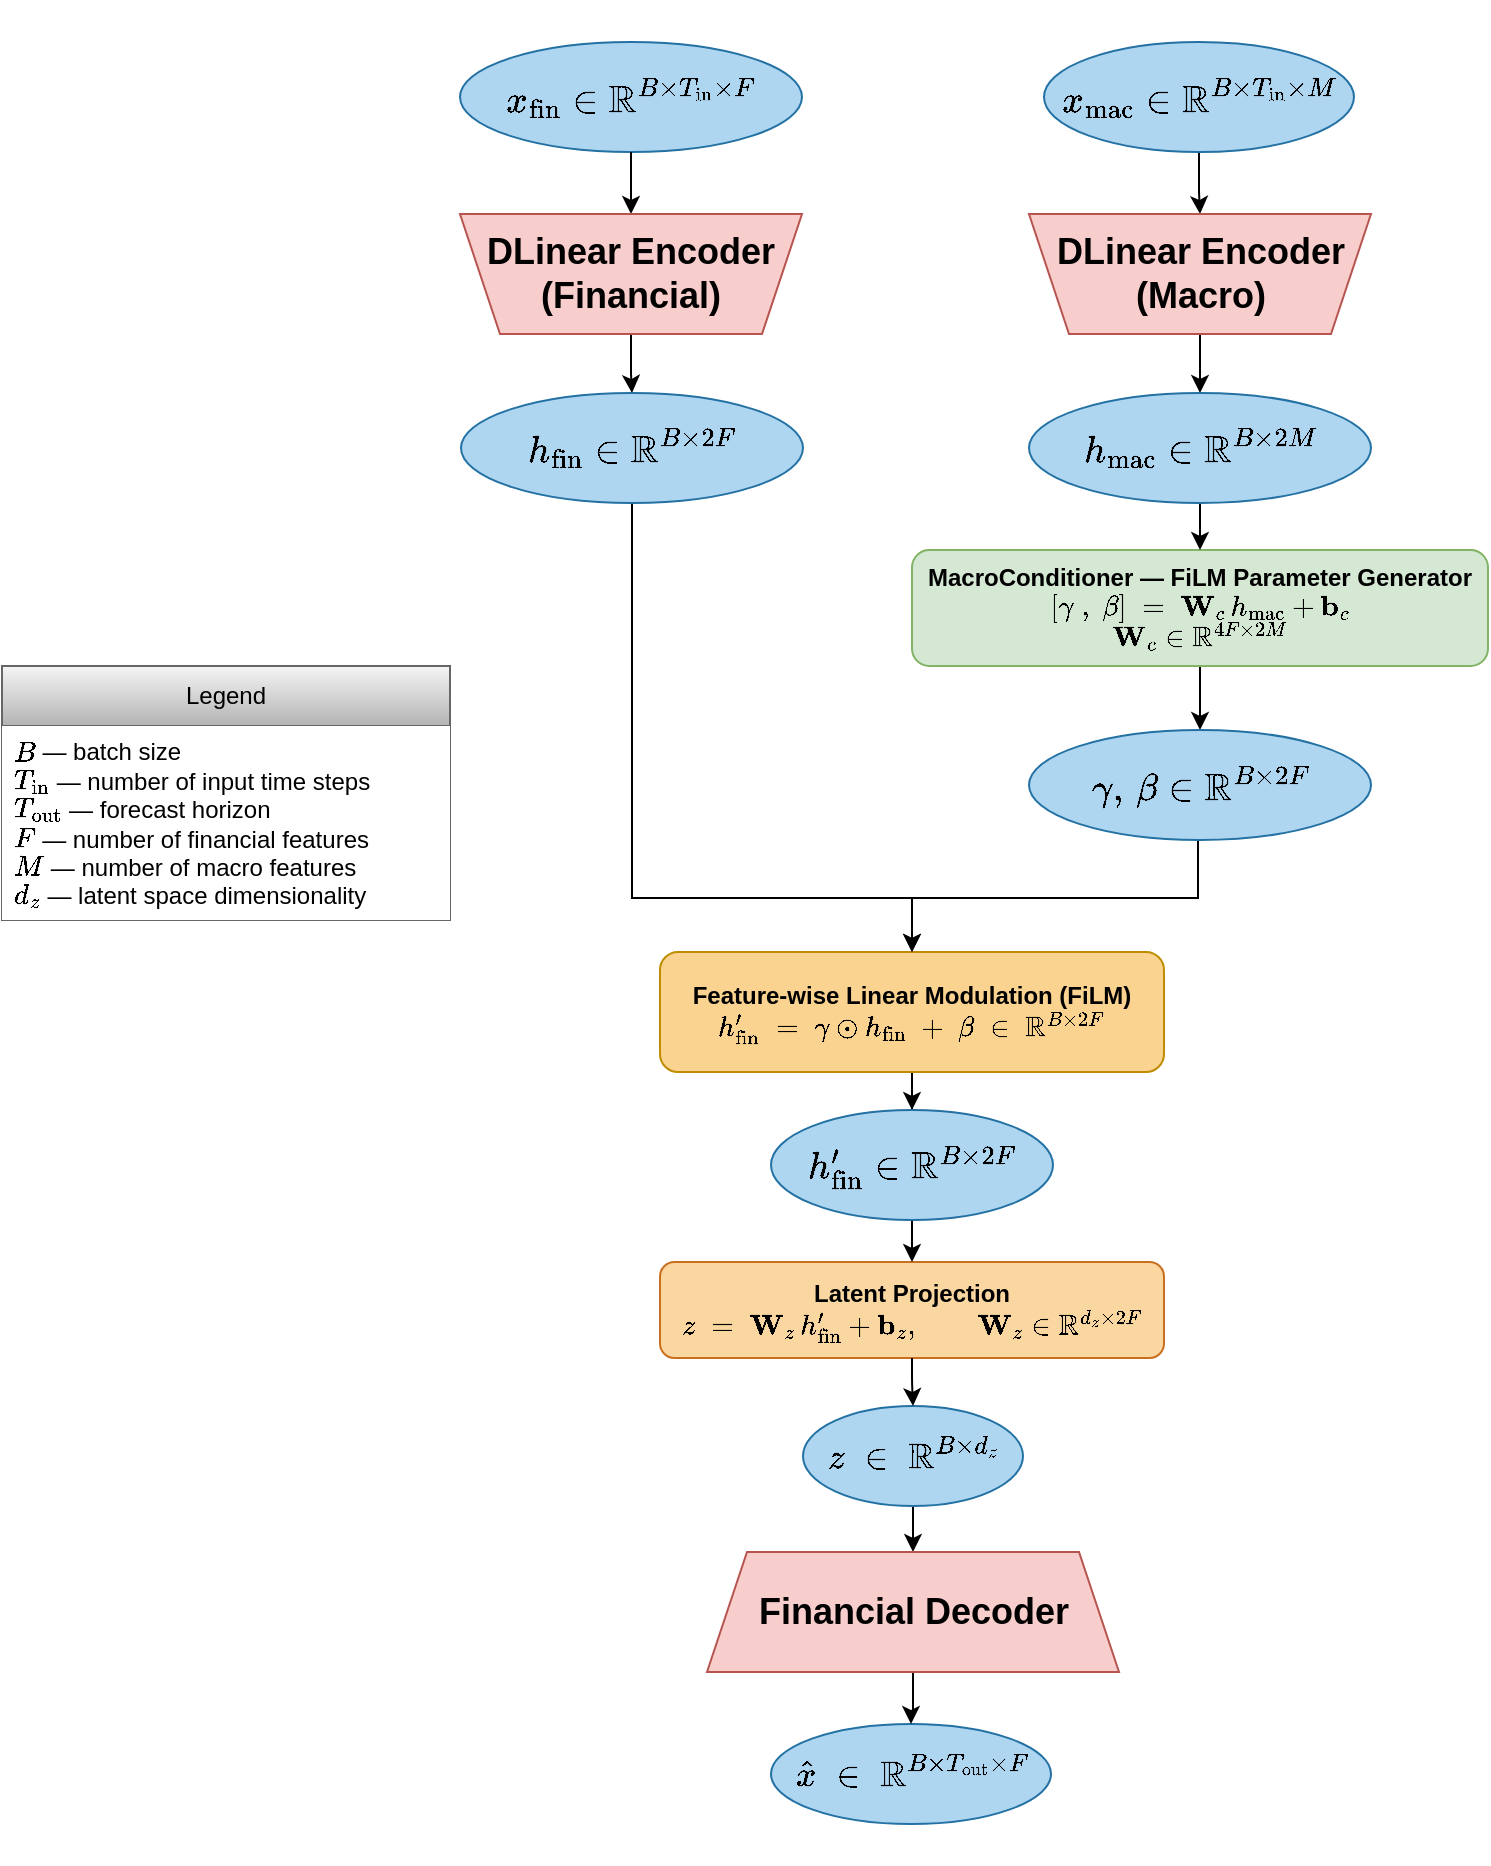
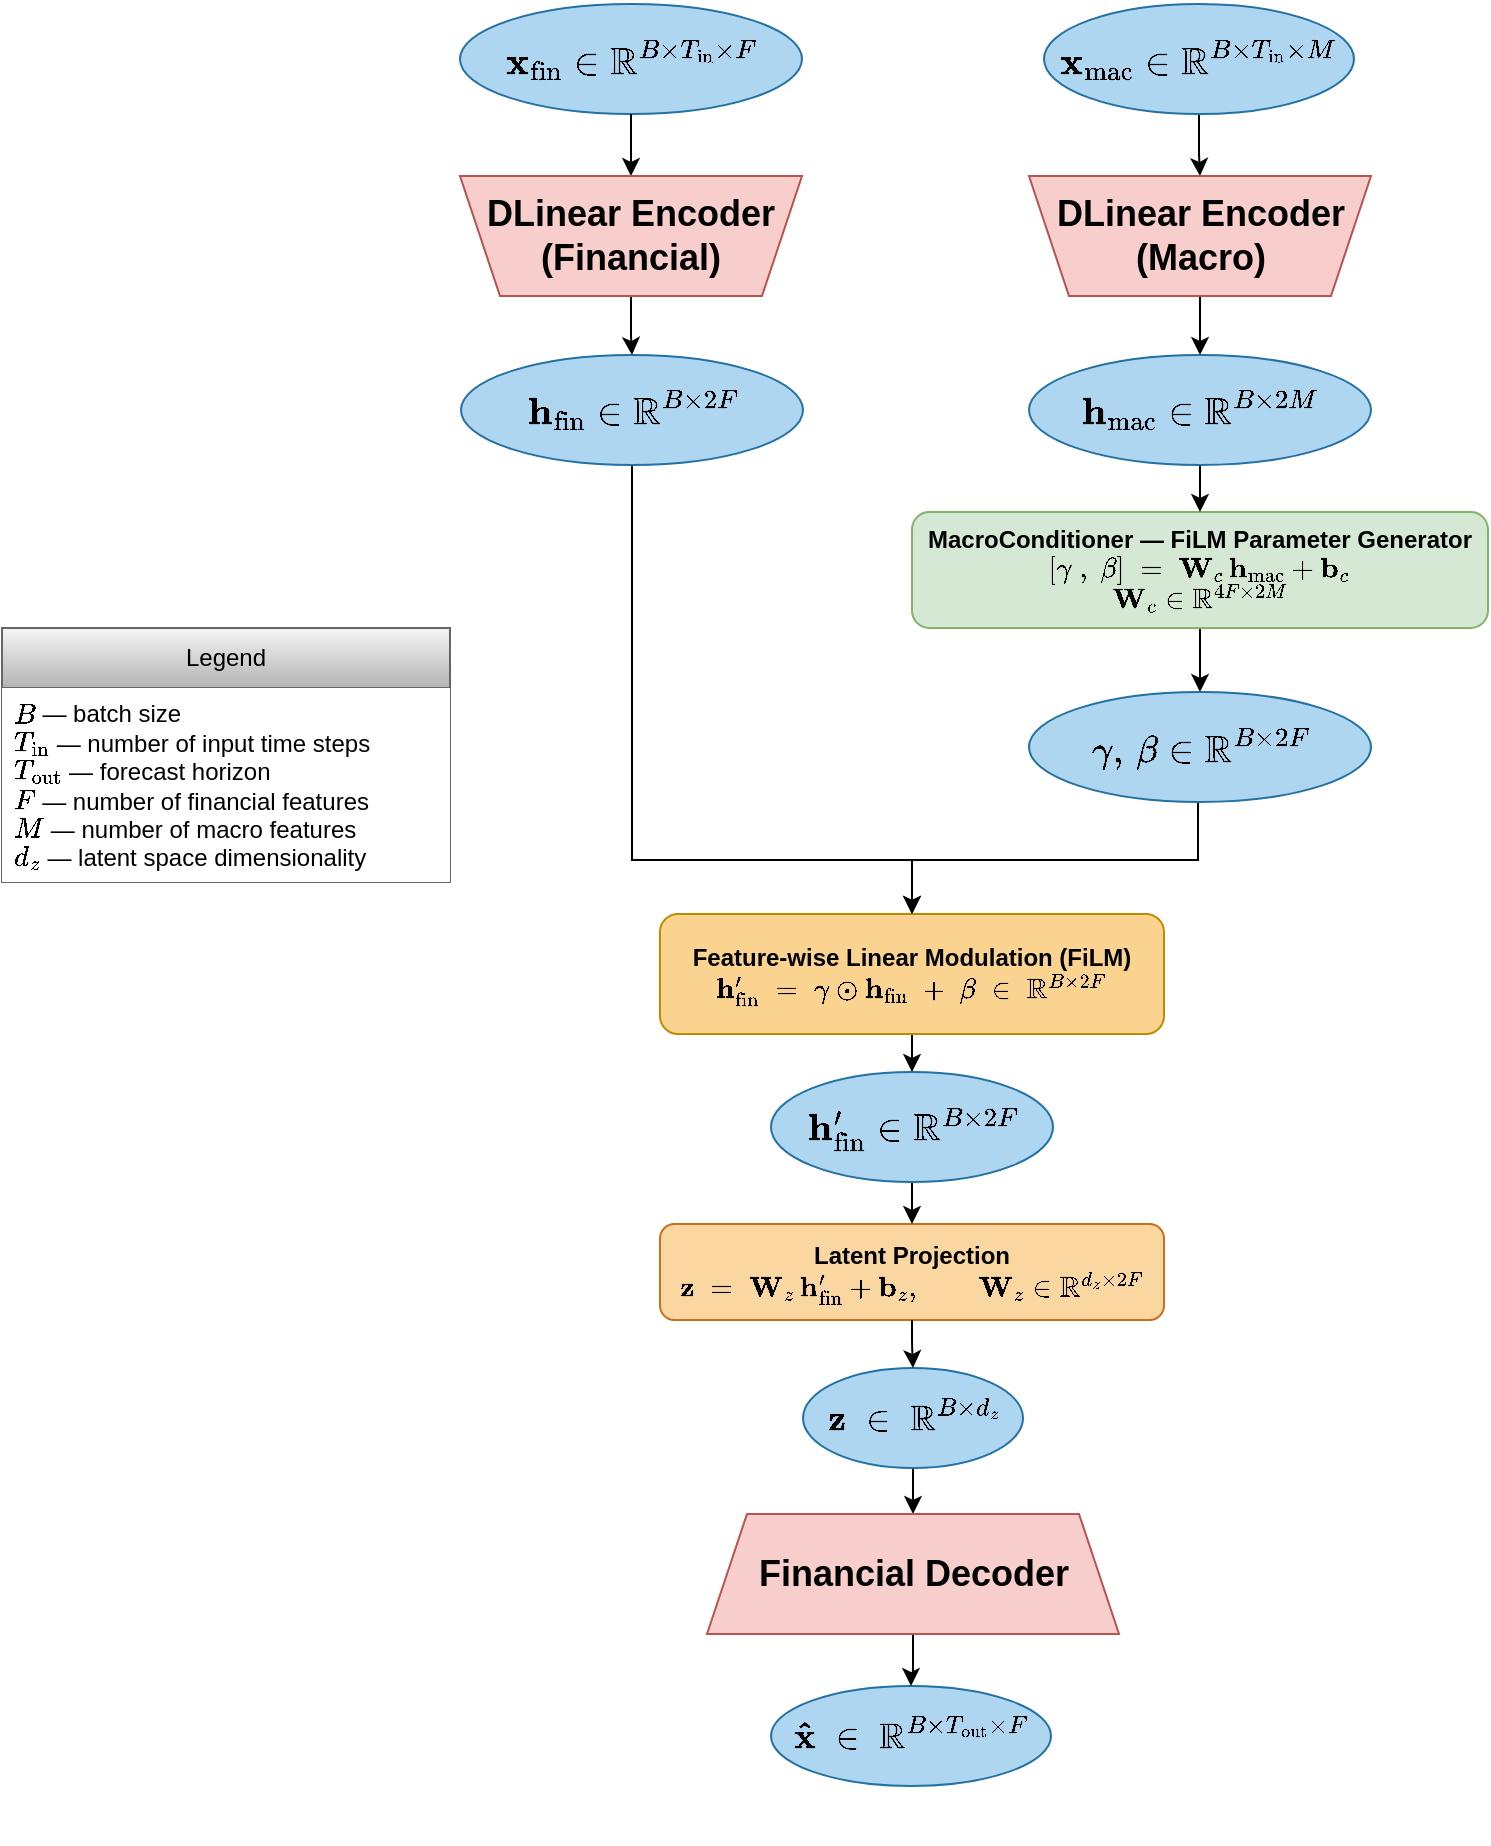
- <mxfile host="app.diagrams.net" agent="Mozilla/5.0 (X11; Ubuntu; Linux x86_64; rv:148.0) Gecko/20100101 Firefox/148.0" version="29.6.6" pages="3">
+ <mxfile host="app.diagrams.net" agent="Mozilla/5.0 (X11; Ubuntu; Linux x86_64; rv:148.0) Gecko/20100101 Firefox/148.0" pages="3">
  <diagram id="forecastingAE" name="ForecastingAE Architecture">
-     <mxGraphModel grid="0" page="1" gridSize="10" guides="1" tooltips="1" connect="1" arrows="1" fold="1" pageScale="1" pageWidth="1200" pageHeight="1100" math="1" shadow="0">
+     <mxGraphModel dx="2443" dy="1375" grid="0" gridSize="10" guides="1" tooltips="1" connect="1" arrows="1" fold="1" page="1" pageScale="1" pageWidth="1200" pageHeight="1100" math="1" shadow="0">
      <root>
        <mxCell id="0" />
        <mxCell id="1" parent="0" />
-         <mxCell id="in_fin" parent="1" style="ellipse;whiteSpace=wrap;html=1;fillColor=#AED6F1;strokeColor=#2471A3;fontStyle=1;fontSize=16;" value="$$x_\mathrm{fin} \in \mathbb{R}^{B \times T_\mathrm{in} \times F}$$" vertex="1">
+         <mxCell id="in_fin" parent="1" style="ellipse;whiteSpace=wrap;html=1;fillColor=#AED6F1;strokeColor=#2471A3;fontStyle=1;fontSize=16;" value="$$\mathbf{x}_\mathrm{fin} \in \mathbb{R}^{B \times T_\mathrm{in} \times F}$$" vertex="1">
          <mxGeometry height="55" width="171" x="374" y="133" as="geometry" />
        </mxCell>
        <mxCell id="81jeHXFTww5Vs0P8P5WQ-3" edge="1" parent="1" source="in_mac" style="edgeStyle=orthogonalEdgeStyle;rounded=0;orthogonalLoop=1;jettySize=auto;html=1;entryX=0.5;entryY=1;entryDx=0;entryDy=0;" target="81jeHXFTww5Vs0P8P5WQ-7">
          <mxGeometry relative="1" as="geometry">
            <mxPoint x="742" y="224" as="targetPoint" />
          </mxGeometry>
        </mxCell>
-         <mxCell id="in_mac" parent="1" style="ellipse;whiteSpace=wrap;html=1;fillColor=#AED6F1;strokeColor=#2471A3;fontStyle=1;fontSize=16;" value="$$x_\mathrm{mac} \in \mathbb{R}^{B \times T_\mathrm{in} \times M}$$" vertex="1">
+         <mxCell id="in_mac" parent="1" style="ellipse;whiteSpace=wrap;html=1;fillColor=#AED6F1;strokeColor=#2471A3;fontStyle=1;fontSize=16;" value="$$\mathbf{x}_\mathrm{mac} \in \mathbb{R}^{B \times T_\mathrm{in} \times M}$$" vertex="1">
          <mxGeometry height="55" width="155" x="666" y="133" as="geometry" />
        </mxCell>
        <mxCell id="YY02wnl3eU4wQP4Iug0_-8" edge="1" parent="1" source="mac_cond" style="edgeStyle=orthogonalEdgeStyle;rounded=0;orthogonalLoop=1;jettySize=auto;html=1;" target="YY02wnl3eU4wQP4Iug0_-7">
          <mxGeometry relative="1" as="geometry" />
        </mxCell>
-         <mxCell id="mac_cond" parent="1" style="rounded=1;whiteSpace=wrap;html=1;fillColor=#d5e8d4;strokeColor=#82b366;fontStyle=1;fontSize=12;align=center;verticalAlign=middle;fontFamily=Helvetica;" value="MacroConditioner — FiLM Parameter Generator&lt;br&gt;\([\gamma \;,\; \beta] \;=\; \mathbf{W}_c \, h_\mathrm{mac} + \mathbf{b}_c\)&lt;br&gt;\(\mathbf{W}_c \in \mathbb{R}^{4F \times 2M} \)" vertex="1">
+         <mxCell id="mac_cond" parent="1" style="rounded=1;whiteSpace=wrap;html=1;fillColor=#d5e8d4;strokeColor=#82b366;fontStyle=1;fontSize=12;align=center;verticalAlign=middle;fontFamily=Helvetica;" value="MacroConditioner — FiLM Parameter Generator&lt;br&gt;\([\mathbf{\gamma} \;,\; \mathbf{\beta}] \;=\; \mathbf{W}_c \, \mathbf{h}_\mathrm{mac} + \mathbf{b}_c\)&lt;br&gt;\(\mathbf{W}_c \in \mathbb{R}^{4F \times 2M} \)" vertex="1">
          <mxGeometry height="58" width="288" x="600" y="387" as="geometry" />
        </mxCell>
        <mxCell id="Vn7j1OSic2DflQMwibQb-4" edge="1" parent="1" source="film" style="edgeStyle=orthogonalEdgeStyle;rounded=0;orthogonalLoop=1;jettySize=auto;html=1;entryX=0.5;entryY=0;entryDx=0;entryDy=0;" target="Vn7j1OSic2DflQMwibQb-2">
          <mxGeometry relative="1" as="geometry" />
        </mxCell>
-         <mxCell id="film" parent="1" style="rounded=1;whiteSpace=wrap;html=1;fillColor=#FAD390;strokeColor=#BF8C00;fontStyle=1;fontSize=12;" value="Feature-wise Linear Modulation (FiLM)&lt;br&gt;\(h&#39;_\mathrm{fin} \;=\; \gamma \odot h_\mathrm{fin} \;+\; \beta \;\in\; \mathbb{R}^{B \times 2F}\)" vertex="1">
+         <mxCell id="film" parent="1" style="rounded=1;whiteSpace=wrap;html=1;fillColor=#FAD390;strokeColor=#BF8C00;fontStyle=1;fontSize=12;" value="Feature-wise Linear Modulation (FiLM)&lt;br&gt;\(\mathbf{h}&#39;_\mathrm{fin} \;=\; \gamma \odot \mathbf{h}_\mathrm{fin} \;+\; \beta \;\in\; \mathbb{R}^{B \times 2F}\)" vertex="1">
          <mxGeometry height="60" width="252" x="474" y="588" as="geometry" />
        </mxCell>
-         <mxCell id="to_latent" parent="1" style="rounded=1;whiteSpace=wrap;html=1;fillColor=#FAD7A0;strokeColor=#CA6F1E;fontSize=12;" value="&lt;b&gt;Latent Projection&lt;/b&gt;&lt;br&gt;\(z \;=\; \mathbf{W}_z \, h&#39;_\mathrm{fin} + \mathbf{b}_z, \qquad \mathbf{W}_z \in \mathbb{R}^{d_z \times 2F}\)" vertex="1">
+         <mxCell id="to_latent" parent="1" style="rounded=1;whiteSpace=wrap;html=1;fillColor=#FAD7A0;strokeColor=#CA6F1E;fontSize=12;" value="&lt;b&gt;Latent Projection&lt;/b&gt;&lt;br&gt;\(\mathbf{z} \;=\; \mathbf{W}_z \, \mathbf{h}&#39;_\mathrm{fin} + \mathbf{b}_z, \qquad \mathbf{W}_z \in \mathbb{R}^{d_z \times 2F}\)" vertex="1">
          <mxGeometry height="48" width="252" x="474" y="743" as="geometry" />
        </mxCell>
        <mxCell id="uJzFUK-GmgzkHGsSZUnd-1" edge="1" parent="1" source="latent_z" style="edgeStyle=orthogonalEdgeStyle;rounded=0;orthogonalLoop=1;jettySize=auto;html=1;entryX=0.5;entryY=0;entryDx=0;entryDy=0;" target="81jeHXFTww5Vs0P8P5WQ-10">
          <mxGeometry relative="1" as="geometry" />
        </mxCell>
-         <mxCell id="latent_z" parent="1" style="ellipse;whiteSpace=wrap;html=1;fillColor=#AED6F1;strokeColor=#2471A3;fontStyle=1;fontSize=15;" value="$$z \;\in\; \mathbb{R}^{B \times d_z}$$" vertex="1">
+         <mxCell id="latent_z" parent="1" style="ellipse;whiteSpace=wrap;html=1;fillColor=#AED6F1;strokeColor=#2471A3;fontStyle=1;fontSize=15;" value="$$\mathbf{z} \;\in\; \mathbb{R}^{B \times d_z}$$" vertex="1">
          <mxGeometry height="50" width="110" x="545.5" y="815" as="geometry" />
        </mxCell>
-         <mxCell id="out_xhat" parent="1" style="ellipse;whiteSpace=wrap;html=1;fillColor=#AED6F1;strokeColor=#2471A3;fontStyle=1;fontSize=15;" value="$$\hat{x} \;\in\; \mathbb{R}^{B \times T_\mathrm{out} \times F}$$" vertex="1">
+         <mxCell id="out_xhat" parent="1" style="ellipse;whiteSpace=wrap;html=1;fillColor=#AED6F1;strokeColor=#2471A3;fontStyle=1;fontSize=15;" value="$$\mathbf{\hat{x}} \;\in\; \mathbb{R}^{B \times T_\mathrm{out} \times F}$$" vertex="1">
          <mxGeometry height="50" width="140" x="529.5" y="974" as="geometry" />
        </mxCell>
        <mxCell id="f1" edge="1" parent="1" source="in_fin" style="edgeStyle=orthogonalEdgeStyle;entryX=0.5;entryY=1;entryDx=0;entryDy=0;" target="81jeHXFTww5Vs0P8P5WQ-6">
          <mxGeometry relative="1" as="geometry">
            <mxPoint x="460" y="224" as="targetPoint" />
          </mxGeometry>
        </mxCell>
        <mxCell id="f7" edge="1" parent="1" source="to_latent" style="edgeStyle=orthogonalEdgeStyle;" target="latent_z">
          <mxGeometry relative="1" as="geometry" />
        </mxCell>
        <mxCell id="YY02wnl3eU4wQP4Iug0_-1" edge="1" parent="1" source="81jeHXFTww5Vs0P8P5WQ-6" style="edgeStyle=orthogonalEdgeStyle;rounded=0;orthogonalLoop=1;jettySize=auto;html=1;entryX=0.5;entryY=0;entryDx=0;entryDy=0;" target="uJzFUK-GmgzkHGsSZUnd-3">
          <mxGeometry relative="1" as="geometry" />
        </mxCell>
        <mxCell id="81jeHXFTww5Vs0P8P5WQ-6" parent="1" style="shape=trapezoid;perimeter=trapezoidPerimeter;whiteSpace=wrap;html=1;fixedSize=1;direction=west;fillColor=#f8cecc;strokeColor=#b85450;" value="&lt;h2 align=&quot;center&quot;&gt;DLinear Encoder (Financial)&lt;/h2&gt;" vertex="1">
          <mxGeometry height="60" width="171" x="374" y="219" as="geometry" />
        </mxCell>
        <mxCell id="YY02wnl3eU4wQP4Iug0_-4" edge="1" parent="1" source="81jeHXFTww5Vs0P8P5WQ-7" style="edgeStyle=orthogonalEdgeStyle;rounded=0;orthogonalLoop=1;jettySize=auto;html=1;entryX=0.5;entryY=0;entryDx=0;entryDy=0;" target="YY02wnl3eU4wQP4Iug0_-3">
          <mxGeometry relative="1" as="geometry" />
        </mxCell>
        <mxCell id="81jeHXFTww5Vs0P8P5WQ-7" parent="1" style="shape=trapezoid;perimeter=trapezoidPerimeter;whiteSpace=wrap;html=1;fixedSize=1;direction=west;fillColor=#f8cecc;strokeColor=#b85450;" value="&lt;h2 align=&quot;center&quot;&gt;DLinear Encoder (Macro)&lt;/h2&gt;" vertex="1">
          <mxGeometry height="60" width="171" x="658.5" y="219" as="geometry" />
        </mxCell>
        <mxCell id="uJzFUK-GmgzkHGsSZUnd-2" edge="1" parent="1" source="81jeHXFTww5Vs0P8P5WQ-10" style="edgeStyle=orthogonalEdgeStyle;rounded=0;orthogonalLoop=1;jettySize=auto;html=1;entryX=0.5;entryY=0;entryDx=0;entryDy=0;" target="out_xhat">
          <mxGeometry relative="1" as="geometry" />
        </mxCell>
        <mxCell id="81jeHXFTww5Vs0P8P5WQ-10" parent="1" style="shape=trapezoid;perimeter=trapezoidPerimeter;whiteSpace=wrap;html=1;fixedSize=1;direction=east;fillColor=#f8cecc;strokeColor=#b85450;" value="&lt;h2&gt;Financial Decoder&lt;/h2&gt;" vertex="1">
          <mxGeometry height="60" width="206" x="497.5" y="888" as="geometry" />
        </mxCell>
        <mxCell id="YY02wnl3eU4wQP4Iug0_-2" edge="1" parent="1" source="uJzFUK-GmgzkHGsSZUnd-3" style="edgeStyle=orthogonalEdgeStyle;rounded=0;orthogonalLoop=1;jettySize=auto;html=1;entryX=0.5;entryY=0;entryDx=0;entryDy=0;" target="film">
          <mxGeometry relative="1" as="geometry">
            <Array as="points">
              <mxPoint x="460" y="561" />
              <mxPoint x="600" y="561" />
            </Array>
          </mxGeometry>
        </mxCell>
-         <mxCell id="uJzFUK-GmgzkHGsSZUnd-3" parent="1" style="ellipse;whiteSpace=wrap;html=1;fillColor=#AED6F1;strokeColor=#2471A3;fontStyle=1;fontSize=16;" value="&lt;div&gt;$$h_\mathrm{fin} \in \mathbb{R}^{B \times 2F}$$&lt;/div&gt;" vertex="1">
+         <mxCell id="uJzFUK-GmgzkHGsSZUnd-3" parent="1" style="ellipse;whiteSpace=wrap;html=1;fillColor=#AED6F1;strokeColor=#2471A3;fontStyle=1;fontSize=16;" value="&lt;div&gt;$$\mathbf{h}_\mathrm{fin} \in \mathbb{R}^{B \times 2F}$$&lt;/div&gt;" vertex="1">
          <mxGeometry height="55" width="171" x="374.5" y="308.5" as="geometry" />
        </mxCell>
        <mxCell id="YY02wnl3eU4wQP4Iug0_-5" edge="1" parent="1" source="YY02wnl3eU4wQP4Iug0_-3" style="edgeStyle=orthogonalEdgeStyle;rounded=0;orthogonalLoop=1;jettySize=auto;html=1;entryX=0.5;entryY=0;entryDx=0;entryDy=0;" target="mac_cond">
          <mxGeometry relative="1" as="geometry" />
        </mxCell>
-         <mxCell id="YY02wnl3eU4wQP4Iug0_-3" parent="1" style="ellipse;whiteSpace=wrap;html=1;fillColor=#AED6F1;strokeColor=#2471A3;fontStyle=1;fontSize=16;" value="&lt;div&gt;$$h_\mathrm{mac} \in \mathbb{R}^{B \times 2M}$$&lt;/div&gt;" vertex="1">
+         <mxCell id="YY02wnl3eU4wQP4Iug0_-3" parent="1" style="ellipse;whiteSpace=wrap;html=1;fillColor=#AED6F1;strokeColor=#2471A3;fontStyle=1;fontSize=16;" value="&lt;div&gt;$$\mathbf{h}_\mathrm{mac} \in \mathbb{R}^{B \times 2M}$$&lt;/div&gt;" vertex="1">
          <mxGeometry height="55" width="171" x="658.5" y="308.5" as="geometry" />
        </mxCell>
        <mxCell id="YY02wnl3eU4wQP4Iug0_-9" edge="1" parent="1" source="YY02wnl3eU4wQP4Iug0_-7" style="edgeStyle=orthogonalEdgeStyle;rounded=0;orthogonalLoop=1;jettySize=auto;html=1;entryX=0.5;entryY=0;entryDx=0;entryDy=0;" target="film">
          <mxGeometry relative="1" as="geometry">
            <Array as="points">
              <mxPoint x="743" y="561" />
              <mxPoint x="600" y="561" />
            </Array>
          </mxGeometry>
        </mxCell>
-         <mxCell id="YY02wnl3eU4wQP4Iug0_-7" parent="1" style="ellipse;whiteSpace=wrap;html=1;fillColor=#AED6F1;strokeColor=#2471A3;fontStyle=1;fontSize=16;" value="&lt;div&gt;$$\gamma,\,\beta \in \mathbb{R}^{B \times 2F}$$&lt;/div&gt;" vertex="1">
+         <mxCell id="YY02wnl3eU4wQP4Iug0_-7" parent="1" style="ellipse;whiteSpace=wrap;html=1;fillColor=#AED6F1;strokeColor=#2471A3;fontStyle=1;fontSize=16;" value="&lt;div&gt;$$\mathbf{\gamma},\,&amp;nbsp;\mathbf{\beta} \in \mathbb{R}^{B \times 2F}$$&lt;/div&gt;" vertex="1">
          <mxGeometry height="55" width="171" x="658.5" y="477" as="geometry" />
        </mxCell>
        <mxCell id="7GUOI3bfOiaP6CGpUQQ1-3" parent="1" style="swimlane;fontStyle=0;childLayout=stackLayout;horizontal=1;startSize=30;horizontalStack=0;resizeParent=1;resizeParentMax=0;resizeLast=0;collapsible=1;marginBottom=0;whiteSpace=wrap;html=1;labelBackgroundColor=none;fillColor=#f5f5f5;strokeColor=#666666;gradientColor=#b3b3b3;" value="Legend" vertex="1">
          <mxGeometry height="127" width="224" x="145" y="445" as="geometry" />
        </mxCell>
        <mxCell id="7GUOI3bfOiaP6CGpUQQ1-4" parent="7GUOI3bfOiaP6CGpUQQ1-3" style="text;align=left;verticalAlign=middle;spacingLeft=4;spacingRight=4;overflow=hidden;points=[[0,0.5],[1,0.5]];portConstraint=eastwest;rotatable=0;whiteSpace=wrap;html=1;fillColor=#FFFFFF;" value="&lt;span&gt;\(B\) — batch size&lt;br&gt;&lt;/span&gt;&lt;span&gt;\(T_{\text{in}}\) — number of input time steps&lt;br&gt;&lt;/span&gt;&lt;span&gt;\(T_{\text{out}}\) — forecast horizon&lt;br&gt;&lt;/span&gt;&lt;span&gt;\(F\) — number of financial features&lt;br&gt;&lt;/span&gt;&lt;span&gt;\(M\) — number of macro features&lt;br&gt;&lt;/span&gt;&lt;span&gt;\(d_z\) — latent space dimensionality&lt;/span&gt;" vertex="1">
          <mxGeometry height="97" width="224" y="30" as="geometry" />
        </mxCell>
        <mxCell id="Vn7j1OSic2DflQMwibQb-5" edge="1" parent="1" source="Vn7j1OSic2DflQMwibQb-2" style="edgeStyle=orthogonalEdgeStyle;rounded=0;orthogonalLoop=1;jettySize=auto;html=1;" target="to_latent">
          <mxGeometry relative="1" as="geometry" />
        </mxCell>
-         <mxCell id="Vn7j1OSic2DflQMwibQb-2" parent="1" style="ellipse;whiteSpace=wrap;html=1;fillColor=#AED6F1;strokeColor=#2471A3;fontStyle=1;fontSize=16;" value="\(h&#39;_\mathrm{fin} \in \mathbb{R}^{B \times 2F} \)" vertex="1">
+         <mxCell id="Vn7j1OSic2DflQMwibQb-2" parent="1" style="ellipse;whiteSpace=wrap;html=1;fillColor=#AED6F1;strokeColor=#2471A3;fontStyle=1;fontSize=16;" value="\(\mathbf{h}&#39;_\mathrm{fin} \in \mathbb{R}^{B \times 2F} \)" vertex="1">
          <mxGeometry height="55" width="141" x="529.5" y="667" as="geometry" />
        </mxCell>
      </root>
    </mxGraphModel>
  </diagram>
  <diagram id="k22e0sDyaR3eu8ncaQ7E" name="d-linear">
-     <mxGraphModel dx="1144" dy="624" grid="1" gridSize="10" guides="1" tooltips="1" connect="1" arrows="1" fold="1" page="1" pageScale="1" pageWidth="850" pageHeight="1100" math="1" shadow="0">
+     <mxGraphModel dx="977" dy="550" grid="1" gridSize="10" guides="1" tooltips="1" connect="1" arrows="1" fold="1" page="1" pageScale="1" pageWidth="850" pageHeight="1100" math="1" shadow="0">
      <root>
        <mxCell id="0" />
        <mxCell id="1" parent="0" />
+         <mxCell id="0d5kFs4bH9MzwZvXaaa7-1" edge="1" parent="1" source="xkfafTE5BcgV_ajooKan-1" style="edgeStyle=orthogonalEdgeStyle;rounded=0;orthogonalLoop=1;jettySize=auto;html=1;entryX=0.5;entryY=0;entryDx=0;entryDy=0;" target="-ar9J2Kssu83om5dryBt-2">
+           <mxGeometry relative="1" as="geometry" />
+         </mxCell>
        <mxCell id="xkfafTE5BcgV_ajooKan-1" parent="1" style="rounded=1;whiteSpace=wrap;html=1;fillColor=#EBEBEB;strokeColor=#777777;fontStyle=1;fontSize=12;verticalAlign=top;dashed=1;dashPattern=8 4;" value="DLinear Encoder (Financial)" vertex="1">
-           <mxGeometry height="285" width="340" x="200" y="220" as="geometry" />
-         </mxCell>
-         <mxCell id="xkfafTE5BcgV_ajooKan-2" parent="1" style="rounded=1;whiteSpace=wrap;html=1;fillColor=#D2B4DE;strokeColor=#7D3C98;fontSize=11;" value="Series Decomposition (k = 5)&lt;br/&gt;\(\hat{s} \;=\; x_\mathrm{fin} - \mathrm{MA}_k(x_\mathrm{fin})\)&lt;br/&gt;\(\hat{\tau} \;=\; \mathrm{MA}_k(x_\mathrm{fin})\)" vertex="1">
-           <mxGeometry height="52" width="184" x="278" y="260" as="geometry" />
+           <mxGeometry height="270" width="330" x="200" y="220" as="geometry" />
+         </mxCell>
+         <mxCell id="xkfafTE5BcgV_ajooKan-2" parent="1" style="rounded=1;whiteSpace=wrap;html=1;fillColor=#D2B4DE;strokeColor=#7D3C98;fontSize=11;" value="Series Decomposition (k = 5)&lt;br&gt;\(\hat{s} \;=\; \mathbf{x}_\mathrm{fin} - \mathrm{MA}_k(\mathbf{x}_\mathrm{fin})\)&lt;br&gt;\(\hat{\tau} \;=\; \mathrm{MA}_k(\mathbf{x}_\mathrm{fin})\)" vertex="1">
+           <mxGeometry height="52" width="184" x="272.5" y="247.5" as="geometry" />
        </mxCell>
        <mxCell id="xkfafTE5BcgV_ajooKan-3" parent="1" style="rounded=1;whiteSpace=wrap;html=1;fillColor=#F1948A;strokeColor=#C0392B;fontSize=11;" value="$$\hat{s} \in \mathbb{R}^{B \times T_\mathrm{in} \times F}$$" vertex="1">
-           <mxGeometry height="30" width="101" x="252" y="335" as="geometry" />
+           <mxGeometry height="30" width="101" x="246.5" y="322.5" as="geometry" />
        </mxCell>
        <mxCell id="xkfafTE5BcgV_ajooKan-4" parent="1" style="rounded=1;whiteSpace=wrap;html=1;fillColor=#F1948A;strokeColor=#C0392B;fontSize=11;" value="$$\hat{\tau} \in \mathbb{R}^{B \times T_\mathrm{in} \times F}$$" vertex="1">
-           <mxGeometry height="32" width="99" x="388" y="334" as="geometry" />
-         </mxCell>
-         <mxCell id="xkfafTE5BcgV_ajooKan-5" parent="1" style="rounded=1;whiteSpace=wrap;html=1;fillColor=#FAD7A0;strokeColor=#CA6F1E;fontSize=11;" value="&lt;div&gt;\(\mathbf{W}_s \in \mathbb{R}^{1 \times T_\mathrm{in}}\)&lt;/div&gt;Linear(T_in, 1)" vertex="1">
-           <mxGeometry height="42" width="99" x="253" y="380" as="geometry" />
-         </mxCell>
-         <mxCell id="xkfafTE5BcgV_ajooKan-6" parent="1" style="rounded=1;whiteSpace=wrap;html=1;fillColor=#FAD7A0;strokeColor=#CA6F1E;fontSize=11;" value="\(\mathbf{W}_\tau \in \mathbb{R}^{1 \times T_\mathrm{in}}\)&lt;br&gt;Linear(T_in, 1)" vertex="1">
-           <mxGeometry height="44" width="105" x="385" y="378" as="geometry" />
-         </mxCell>
-         <mxCell id="-ar9J2Kssu83om5dryBt-1" edge="1" parent="1" source="xkfafTE5BcgV_ajooKan-7" style="edgeStyle=orthogonalEdgeStyle;rounded=0;orthogonalLoop=1;jettySize=auto;html=1;">
-           <mxGeometry relative="1" as="geometry">
-             <mxPoint x="365" y="550" as="targetPoint" />
-           </mxGeometry>
-         </mxCell>
-         <mxCell id="xkfafTE5BcgV_ajooKan-7" parent="1" style="rounded=1;whiteSpace=wrap;html=1;fillColor=#A9DFBF;strokeColor=#1E8449;fontSize=11;" value="\(h_\mathrm{fin} \;=\; [\mathbf{W}_s\hat{s}^{\!\top} \;;\; \mathbf{W}_\tau\hat{\tau}^{\!\top}] \;\in\; \mathbb{R}^{B \times 2F}\)" vertex="1">
-           <mxGeometry height="36" width="216" x="257" y="454" as="geometry" />
+           <mxGeometry height="32" width="99" x="382.5" y="321.5" as="geometry" />
+         </mxCell>
+         <mxCell id="xkfafTE5BcgV_ajooKan-5" parent="1" style="rounded=1;whiteSpace=wrap;html=1;fillColor=#FAD7A0;strokeColor=#CA6F1E;fontSize=11;" value="&lt;div&gt;\(\mathbf{W}_s \in \mathbb{R}^{1 \times T_\mathrm{in}}\)&lt;/div&gt;Linear\((T_{in}, 1)\)" vertex="1">
+           <mxGeometry height="42" width="99" x="247.5" y="367.5" as="geometry" />
+         </mxCell>
+         <mxCell id="xkfafTE5BcgV_ajooKan-6" parent="1" style="rounded=1;whiteSpace=wrap;html=1;fillColor=#FAD7A0;strokeColor=#CA6F1E;fontSize=11;" value="&lt;div&gt;\(\mathbf{W}_\tau \in \mathbb{R}^{1 \times T_\mathrm{in}}\)&lt;/div&gt;&lt;div&gt;Linear\((T_{in}, 1)\)&lt;/div&gt;" vertex="1">
+           <mxGeometry height="44" width="105" x="379.5" y="365.5" as="geometry" />
+         </mxCell>
+         <mxCell id="xkfafTE5BcgV_ajooKan-7" parent="1" style="rounded=1;whiteSpace=wrap;html=1;fillColor=#A9DFBF;strokeColor=#1E8449;fontSize=11;" value="\(\mathbf{h}_\mathrm{fin} \;=\; [\mathbf{W}_s\hat{s}^{\!\top} \;;\; \mathbf{W}_\tau\hat{\tau}^{\!\top}] \;\in\; \mathbb{R}^{B \times 2F}\)" vertex="1">
+           <mxGeometry height="36" width="216" x="256.5" y="441.5" as="geometry" />
        </mxCell>
        <mxCell id="xkfafTE5BcgV_ajooKan-8" edge="1" parent="1" style="edgeStyle=orthogonalEdgeStyle;" target="xkfafTE5BcgV_ajooKan-3">
          <mxGeometry relative="1" as="geometry">
            <Array as="points">
-               <mxPoint x="338" y="312" />
-               <mxPoint x="338" y="320" />
-               <mxPoint x="303" y="320" />
+               <mxPoint x="332.5" y="299.5" />
+               <mxPoint x="332.5" y="307.5" />
+               <mxPoint x="297.5" y="307.5" />
            </Array>
-             <mxPoint x="338" y="312" as="sourcePoint" />
+             <mxPoint x="332.5" y="299.5" as="sourcePoint" />
          </mxGeometry>
        </mxCell>
        <mxCell id="xkfafTE5BcgV_ajooKan-9" edge="1" parent="1" source="xkfafTE5BcgV_ajooKan-2" style="edgeStyle=orthogonalEdgeStyle;exitX=0.7;exitY=1;exitDx=0;exitDy=0;" target="xkfafTE5BcgV_ajooKan-4">
          <mxGeometry relative="1" as="geometry" />
        </mxCell>
        <mxCell id="xkfafTE5BcgV_ajooKan-10" edge="1" parent="1" source="xkfafTE5BcgV_ajooKan-3" style="edgeStyle=orthogonalEdgeStyle;" target="xkfafTE5BcgV_ajooKan-5">
          <mxGeometry relative="1" as="geometry" />
        </mxCell>
        <mxCell id="xkfafTE5BcgV_ajooKan-11" edge="1" parent="1" source="xkfafTE5BcgV_ajooKan-4" style="edgeStyle=orthogonalEdgeStyle;" target="xkfafTE5BcgV_ajooKan-6">
          <mxGeometry relative="1" as="geometry" />
        </mxCell>
        <mxCell id="xkfafTE5BcgV_ajooKan-12" edge="1" parent="1" source="xkfafTE5BcgV_ajooKan-5" style="edgeStyle=orthogonalEdgeStyle;" target="xkfafTE5BcgV_ajooKan-7">
          <mxGeometry relative="1" as="geometry" />
        </mxCell>
        <mxCell id="xkfafTE5BcgV_ajooKan-13" edge="1" parent="1" source="xkfafTE5BcgV_ajooKan-6" style="edgeStyle=orthogonalEdgeStyle;" target="xkfafTE5BcgV_ajooKan-7">
          <mxGeometry relative="1" as="geometry" />
        </mxCell>
        <mxCell id="xkfafTE5BcgV_ajooKan-14" parent="1" style="swimlane;horizontal=0;whiteSpace=wrap;html=1;dashed=1;rounded=1;shadow=0;" value="&lt;div&gt;&lt;font style=&quot;font-size: 10px;&quot;&gt;Seasonal Projection&lt;/font&gt;&lt;/div&gt;" vertex="1">
-           <mxGeometry height="110" width="141" x="223" y="324" as="geometry" />
+           <mxGeometry height="110" width="141" x="217.5" y="311.5" as="geometry" />
        </mxCell>
        <mxCell id="xkfafTE5BcgV_ajooKan-15" parent="1" style="swimlane;horizontal=0;whiteSpace=wrap;html=1;dashed=1;rounded=1;shadow=0;rotation=-180;" value="&lt;div&gt;Trend Projection&lt;/div&gt;" vertex="1">
-           <mxGeometry height="110" width="141" x="377" y="324" as="geometry" />
-         </mxCell>
-         <mxCell id="8oFIu594x432xY89nU_L-2" edge="1" parent="1" source="8oFIu594x432xY89nU_L-1" style="edgeStyle=orthogonalEdgeStyle;rounded=0;orthogonalLoop=1;jettySize=auto;html=1;entryX=0.5;entryY=0;entryDx=0;entryDy=0;" target="xkfafTE5BcgV_ajooKan-1">
-           <mxGeometry relative="1" as="geometry" />
-         </mxCell>
-         <mxCell id="8oFIu594x432xY89nU_L-1" parent="1" style="ellipse;whiteSpace=wrap;html=1;fillColor=#AED6F1;strokeColor=#2471A3;fontStyle=1;fontSize=16;" value="$$x_\mathrm{fin} \in \mathbb{R}^{B \times T_\mathrm{in} \times F}$$" vertex="1">
-           <mxGeometry height="55" width="171" x="284.5" y="130" as="geometry" />
-         </mxCell>
-         <mxCell id="-ar9J2Kssu83om5dryBt-2" parent="1" style="ellipse;whiteSpace=wrap;html=1;fillColor=#AED6F1;strokeColor=#2471A3;fontStyle=1;fontSize=16;" value="&lt;div&gt;$$h_\mathrm{fin} \in \mathbb{R}^{B \times 2F}$$&lt;/div&gt;" vertex="1">
-           <mxGeometry height="55" width="171" x="279.5" y="550" as="geometry" />
+           <mxGeometry height="110" width="141" x="371.5" y="311.5" as="geometry" />
+         </mxCell>
+         <mxCell id="0d5kFs4bH9MzwZvXaaa7-2" edge="1" parent="1" source="8oFIu594x432xY89nU_L-1" style="edgeStyle=orthogonalEdgeStyle;rounded=0;orthogonalLoop=1;jettySize=auto;html=1;entryX=0.5;entryY=0;entryDx=0;entryDy=0;" target="xkfafTE5BcgV_ajooKan-1">
+           <mxGeometry relative="1" as="geometry" />
+         </mxCell>
+         <mxCell id="8oFIu594x432xY89nU_L-1" parent="1" style="ellipse;whiteSpace=wrap;html=1;fillColor=#AED6F1;strokeColor=#2471A3;fontStyle=1;fontSize=16;" value="$$\mathbf{x}_\mathrm{fin} \in \mathbb{R}^{B \times T_\mathrm{in} \times F}$$" vertex="1">
+           <mxGeometry height="55" width="171" x="279.5" y="140" as="geometry" />
+         </mxCell>
+         <mxCell id="-ar9J2Kssu83om5dryBt-2" parent="1" style="ellipse;whiteSpace=wrap;html=1;fillColor=#AED6F1;strokeColor=#2471A3;fontStyle=1;fontSize=16;" value="&lt;div&gt;$$\mathbf{h}_\mathrm{fin} \in \mathbb{R}^{B \times 2F}$$&lt;/div&gt;" vertex="1">
+           <mxGeometry height="55" width="171" x="279" y="510" as="geometry" />
        </mxCell>
        <mxCell id="YdEB7Jr0IDHjK2Dr-04W-1" parent="1" style="swimlane;fontStyle=0;childLayout=stackLayout;horizontal=1;startSize=30;horizontalStack=0;resizeParent=1;resizeParentMax=0;resizeLast=0;collapsible=1;marginBottom=0;whiteSpace=wrap;html=1;labelBackgroundColor=none;fillColor=#f5f5f5;strokeColor=#666666;gradientColor=#b3b3b3;" value="Legend" vertex="1">
          <mxGeometry height="150" width="240" x="650" y="287.5" as="geometry" />
        </mxCell>
        <mxCell id="YdEB7Jr0IDHjK2Dr-04W-2" parent="YdEB7Jr0IDHjK2Dr-04W-1" style="text;strokeColor=none;fillColor=default;align=left;verticalAlign=middle;spacingLeft=4;spacingRight=4;overflow=hidden;points=[[0,0.5],[1,0.5]];portConstraint=eastwest;rotatable=0;whiteSpace=wrap;html=1;fontFamily=Helvetica;fontSize=12;fontColor=default;" value="&lt;span&gt;\(B\) — batch size&lt;br&gt;&lt;/span&gt;&lt;span&gt;\(T_{\text{in}}\) — number of input time steps&lt;br&gt;&lt;/span&gt;&lt;span&gt;\(T_{\text{out}}\) — forecast horizon&lt;br&gt;&lt;/span&gt;&lt;span&gt;\(F\) — number of financial features&lt;br&gt;&lt;/span&gt;&lt;span&gt;\(M\) — number of macro features&lt;br&gt;&lt;/span&gt;&lt;div&gt;&lt;span&gt;\(d_z\) — latent space dimensionality&lt;/span&gt;&lt;/div&gt;&lt;div&gt;&lt;span&gt;\(d_z\) — latent space dimensionality&lt;br&gt;&lt;/span&gt;&lt;span&gt;\(\text{MA}_k\) — symmetric moving average with kernel size \(k\)&lt;/span&gt;&lt;/div&gt;" vertex="1">
          <mxGeometry height="120" width="240" y="30" as="geometry" />
        </mxCell>
      </root>
    </mxGraphModel>
  </diagram>
  <diagram id="APydERs-xygf7qHGcM5Z" name="decoder">
-     <mxGraphModel dx="1144" dy="624" grid="1" gridSize="10" guides="1" tooltips="1" connect="1" arrows="1" fold="1" page="1" pageScale="1" pageWidth="850" pageHeight="1100" math="1" shadow="0">
+     <mxGraphModel dx="391" dy="220" grid="1" gridSize="10" guides="1" tooltips="1" connect="1" arrows="1" fold="1" page="1" pageScale="1" pageWidth="850" pageHeight="1100" math="1" shadow="0">
      <root>
        <mxCell id="0" />
        <mxCell id="1" parent="0" />
        <mxCell id="bSWYWjl6SbEdytxUcDcn-7" edge="1" parent="1" source="LaT8VEIPLIEocvyaqV0H-1" style="edgeStyle=orthogonalEdgeStyle;rounded=0;orthogonalLoop=1;jettySize=auto;html=1;entryX=0.5;entryY=0;entryDx=0;entryDy=0;" target="bSWYWjl6SbEdytxUcDcn-3">
          <mxGeometry relative="1" as="geometry" />
        </mxCell>
        <mxCell id="LaT8VEIPLIEocvyaqV0H-1" parent="1" style="rounded=1;whiteSpace=wrap;html=1;fillColor=#EBEBEB;strokeColor=#777777;fontStyle=1;fontSize=12;verticalAlign=top;dashed=1;dashPattern=8 4;" value="Financial Decoder" vertex="1">
          <mxGeometry height="165" width="423" x="214" y="240" as="geometry" />
        </mxCell>
-         <mxCell id="LaT8VEIPLIEocvyaqV0H-2" parent="1" style="rounded=1;whiteSpace=wrap;html=1;fillColor=#FAD7A0;strokeColor=#CA6F1E;fontSize=11;" value="\(\mathbf{W}_1 \in \mathbb{R}^{d_z \times d_z}\)&lt;br/&gt;Linear(d_z, d_z)" vertex="1">
+         <mxCell id="LaT8VEIPLIEocvyaqV0H-2" parent="1" style="rounded=1;whiteSpace=wrap;html=1;fillColor=#FAD7A0;strokeColor=#CA6F1E;fontSize=11;" value="&lt;font style=&quot;font-size: 12px;&quot;&gt;\(\mathbf{W}_1 \in \mathbb{R}^{d_z \times d_z}\)&lt;br&gt;Linear(\(d_z, d_z\))&lt;/font&gt;" vertex="1">
          <mxGeometry height="48" width="112" x="228" y="274" as="geometry" />
        </mxCell>
        <mxCell id="LaT8VEIPLIEocvyaqV0H-3" parent="1" style="rounded=1;whiteSpace=wrap;html=1;fillColor=#A9DFBF;strokeColor=#1E8449;fontSize=11;" value="\(\sigma(x) = \max(0,\,x)\)&lt;br/&gt;ReLU" vertex="1">
          <mxGeometry height="48" width="110" x="362" y="274" as="geometry" />
        </mxCell>
-         <mxCell id="LaT8VEIPLIEocvyaqV0H-4" parent="1" style="rounded=1;whiteSpace=wrap;html=1;fillColor=#FAD7A0;strokeColor=#CA6F1E;fontSize=11;" value="\(\mathbf{W}_2 \in \mathbb{R}^{(T_\mathrm{out} \cdot F)\,\times\,d_z}\)&lt;br/&gt;Linear(d_z, T_out·F)" vertex="1">
+         <mxCell id="LaT8VEIPLIEocvyaqV0H-4" parent="1" style="rounded=1;whiteSpace=wrap;html=1;fillColor=#FAD7A0;strokeColor=#CA6F1E;fontSize=11;" value="&lt;font style=&quot;font-size: 12px;&quot;&gt;\(\mathbf{W}_2 \in \mathbb{R}^{(T_\mathrm{out} \cdot F)\,\times\,d_z}\)&lt;br&gt;Linear(\(d_z, T_{out}·F\))&lt;/font&gt;" vertex="1">
          <mxGeometry height="48" width="128" x="494.5" y="274" as="geometry" />
        </mxCell>
-         <mxCell id="LaT8VEIPLIEocvyaqV0H-5" parent="1" style="rounded=1;whiteSpace=wrap;html=1;fillColor=#A9DFBF;strokeColor=#1E8449;fontSize=11;" value="\(\mathrm{Reshape}:\;\mathbb{R}^{B \times (T_\mathrm{out} \cdot F)}\;\longrightarrow\;\mathbb{R}^{B \times T_\mathrm{out} \times F}\)" vertex="1">
-           <mxGeometry height="40" width="236" x="297" y="353" as="geometry" />
+         <mxCell id="LaT8VEIPLIEocvyaqV0H-5" parent="1" style="rounded=1;whiteSpace=wrap;html=1;fillColor=#A9DFBF;strokeColor=#1E8449;fontSize=11;" value="&lt;font style=&quot;font-size: 12px;&quot;&gt;\(\mathrm{Reshape}:\;\mathbb{R}^{B \times (T_\mathrm{out} \cdot F)}\;\longrightarrow\;\mathbb{R}^{B \times T_\mathrm{out} \times F}\)&lt;/font&gt;" vertex="1">
+           <mxGeometry height="40" width="236" x="307.5" y="346" as="geometry" />
        </mxCell>
        <mxCell id="LaT8VEIPLIEocvyaqV0H-6" edge="1" parent="1" source="LaT8VEIPLIEocvyaqV0H-2" style="edgeStyle=orthogonalEdgeStyle;" target="LaT8VEIPLIEocvyaqV0H-3">
          <mxGeometry relative="1" as="geometry" />
        </mxCell>
        <mxCell id="LaT8VEIPLIEocvyaqV0H-7" edge="1" parent="1" source="LaT8VEIPLIEocvyaqV0H-3" style="edgeStyle=orthogonalEdgeStyle;" target="LaT8VEIPLIEocvyaqV0H-4">
          <mxGeometry relative="1" as="geometry" />
        </mxCell>
        <mxCell id="LaT8VEIPLIEocvyaqV0H-8" edge="1" parent="1" source="LaT8VEIPLIEocvyaqV0H-4" style="edgeStyle=orthogonalEdgeStyle;" target="LaT8VEIPLIEocvyaqV0H-5">
          <mxGeometry relative="1" as="geometry" />
        </mxCell>
        <mxCell id="bSWYWjl6SbEdytxUcDcn-6" edge="1" parent="1" source="bSWYWjl6SbEdytxUcDcn-2" style="edgeStyle=orthogonalEdgeStyle;rounded=0;orthogonalLoop=1;jettySize=auto;html=1;entryX=0.5;entryY=0;entryDx=0;entryDy=0;" target="LaT8VEIPLIEocvyaqV0H-1">
          <mxGeometry relative="1" as="geometry" />
        </mxCell>
-         <mxCell id="bSWYWjl6SbEdytxUcDcn-2" parent="1" style="ellipse;whiteSpace=wrap;html=1;fillColor=#AED6F1;strokeColor=#2471A3;fontStyle=1;fontSize=15;" value="$$z \;\in\; \mathbb{R}^{B \times d_z}$$" vertex="1">
-           <mxGeometry height="50" width="110" x="370" y="150" as="geometry" />
-         </mxCell>
-         <mxCell id="bSWYWjl6SbEdytxUcDcn-3" parent="1" style="ellipse;whiteSpace=wrap;html=1;fillColor=#AED6F1;strokeColor=#2471A3;fontStyle=1;fontSize=15;" value="$$\hat{x} \;\in\; \mathbb{R}^{B \times T_\mathrm{out} \times F}$$" vertex="1">
-           <mxGeometry height="50" width="140" x="355" y="450" as="geometry" />
+         <mxCell id="bSWYWjl6SbEdytxUcDcn-2" parent="1" style="ellipse;whiteSpace=wrap;html=1;fillColor=#AED6F1;strokeColor=#2471A3;fontStyle=1;fontSize=15;" value="$$\mathbf{z} \;\in\; \mathbb{R}^{B \times d_z}$$" vertex="1">
+           <mxGeometry height="50" width="110" x="370" y="170" as="geometry" />
+         </mxCell>
+         <mxCell id="bSWYWjl6SbEdytxUcDcn-3" parent="1" style="ellipse;whiteSpace=wrap;html=1;fillColor=#AED6F1;strokeColor=#2471A3;fontStyle=1;fontSize=15;" value="$$\hat{\mathbf{x}} \;\in\; \mathbb{R}^{B \times T_\mathrm{out} \times F}$$" vertex="1">
+           <mxGeometry height="50" width="140" x="355" y="430" as="geometry" />
        </mxCell>
        <mxCell id="V6dwB7iBzvkuVrhe8YsA-1" parent="1" style="swimlane;fontStyle=0;childLayout=stackLayout;horizontal=1;startSize=30;horizontalStack=0;resizeParent=1;resizeParentMax=0;resizeLast=0;collapsible=1;marginBottom=0;whiteSpace=wrap;html=1;labelBackgroundColor=none;fillColor=#f5f5f5;strokeColor=#666666;gradientColor=#b3b3b3;" value="Legend" vertex="1">
          <mxGeometry height="127" width="224" x="680" y="259" as="geometry" />
        </mxCell>
        <mxCell id="V6dwB7iBzvkuVrhe8YsA-2" parent="V6dwB7iBzvkuVrhe8YsA-1" style="text;strokeColor=none;fillColor=#FFFFFF;align=left;verticalAlign=middle;spacingLeft=4;spacingRight=4;overflow=hidden;points=[[0,0.5],[1,0.5]];portConstraint=eastwest;rotatable=0;whiteSpace=wrap;html=1;" value="&lt;span&gt;\(B\) — batch size&lt;br&gt;&lt;/span&gt;&lt;span&gt;\(T_{\text{in}}\) — number of input time steps&lt;br&gt;&lt;/span&gt;&lt;span&gt;\(T_{\text{out}}\) — forecast horizon&lt;br&gt;&lt;/span&gt;&lt;span&gt;\(F\) — number of financial features&lt;br&gt;&lt;/span&gt;&lt;span&gt;\(M\) — number of macro features&lt;br&gt;&lt;/span&gt;&lt;span&gt;\(d_z\) — latent space dimensionality&lt;/span&gt;" vertex="1">
          <mxGeometry height="97" width="224" y="30" as="geometry" />
        </mxCell>
      </root>
    </mxGraphModel>
  </diagram>
</mxfile>
